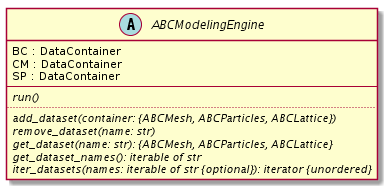
This is doc/source/images/engine.png from simphony/simphony-common, a PlantUML export, as it was before one commit.
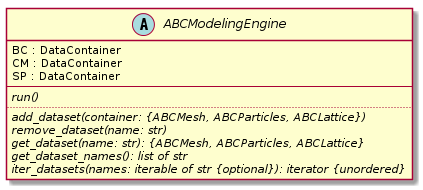
Later version of the same file.

Change to the diagram source:
```diff
@@ -9,7 +9,7 @@
   {abstract} add_dataset(container: {ABCMesh, ABCParticles, ABCLattice})
   {abstract} remove_dataset(name: str)
   {abstract} get_dataset(name: str): {ABCMesh, ABCParticles, ABCLattice}
-  {abstract} get_dataset_names(): iterable of str
+  {abstract} get_dataset_names(): list of str
   {abstract} iter_datasets(names: iterable of str {optional}): iterator {unordered}
 }
 @enduml
```
